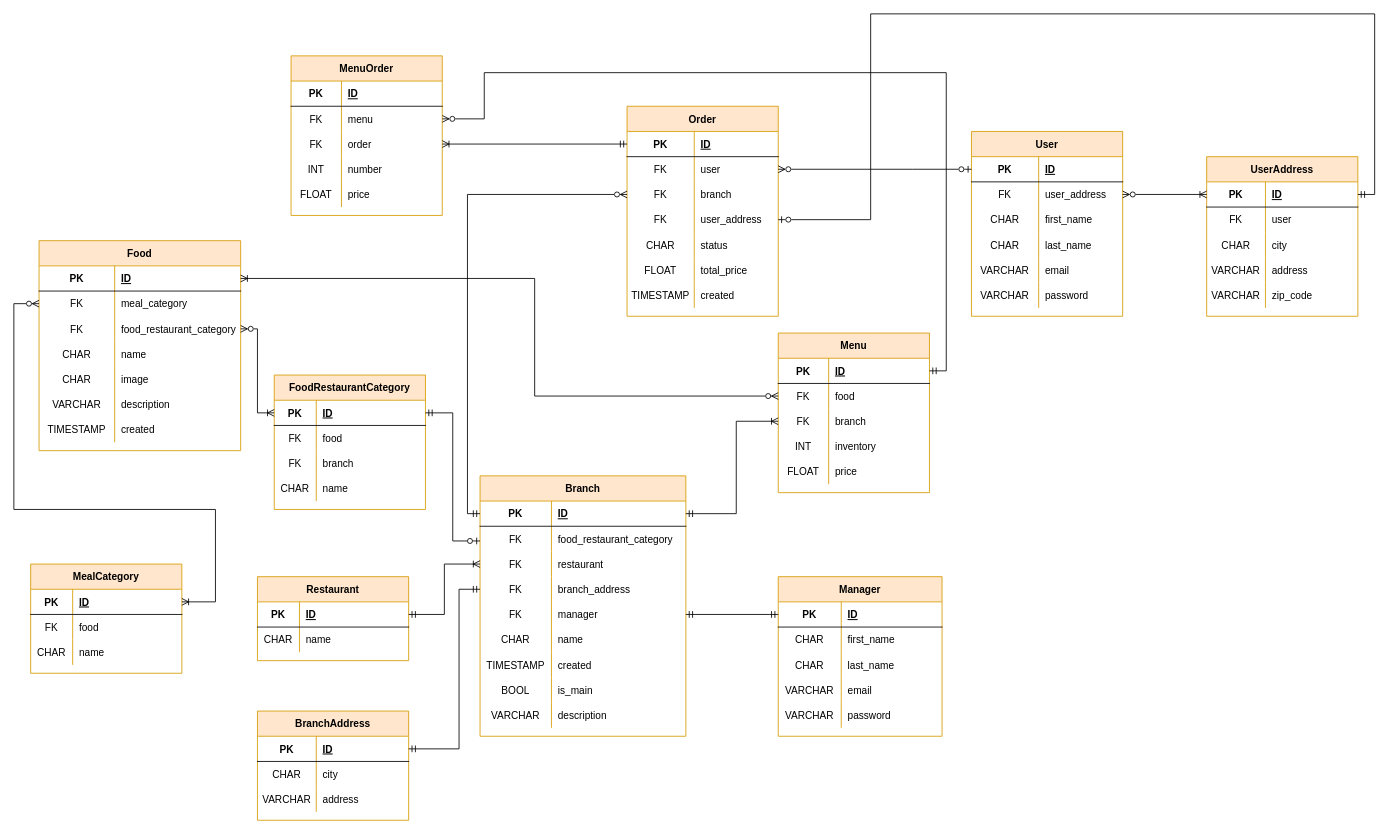
Before: SRC_ERD.drawio in delaramghaemmaghami/Maktab_Final_Project, a draw.io diagram. Source tidied: cells renumbered, new cells numbered last; positions are measured from the earlier drawing's top-left corner, leaving out a move shared by most shapes. Both pictures are drawn from the tidied source at 84%, with x=0, y=0 at pixel (13, 13).
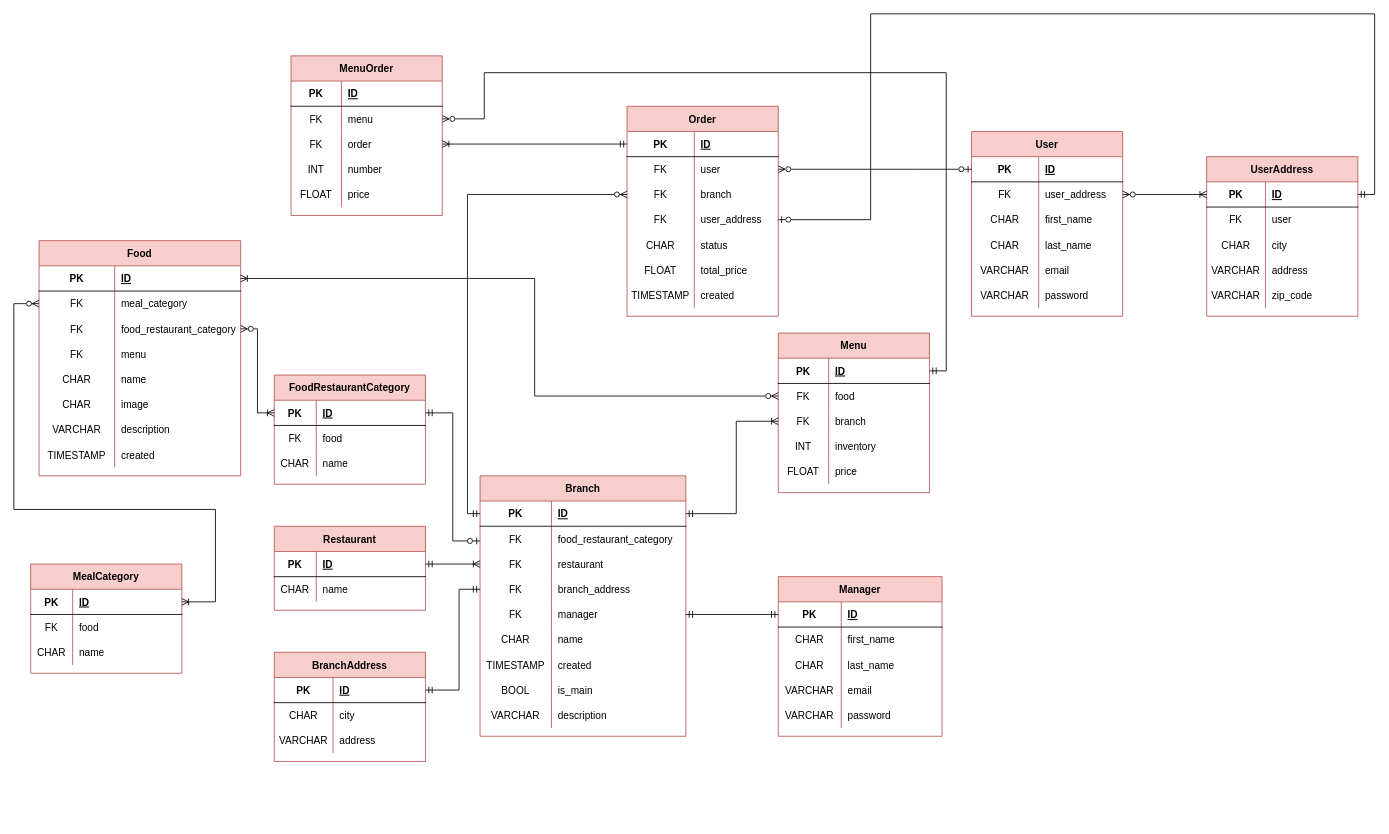
The same page after the edit.

The change refers to these unchanged cells:
```xml
<mxCell id="57" style="shape=partialRectangle;fillColor=none;top=0;left=0;bottom=0;right=0;points=[[0,0.5],[1,0.5]];portConstraint=eastwest;" parent="47" vertex="1">
  <mxGeometry y="120" width="245" height="30" as="geometry" />
</mxCell>
<mxCell id="76" style="shape=partialRectangle;fillColor=none;top=0;left=0;bottom=1;right=0;points=[[0,0.5],[1,0.5]];portConstraint=eastwest;" parent="75" vertex="1">
  <mxGeometry y="30" width="180" height="30" as="geometry" />
</mxCell>
```

The edit, as a diff of the source:
```diff
@@
-    <mxCell id="2" value="Food" style="shape=table;startSize=30;childLayout=tableLayout;rowLines=0;fontStyle=1;align=center;fillColor=#ffe6cc;strokeColor=#d79b00;swimlaneFillColor=default;" parent="1" vertex="1">
-      <mxGeometry x="30" y="270" width="240" height="250" as="geometry" />
+    <mxCell id="2" value="Food" style="shape=table;startSize=30;childLayout=tableLayout;rowLines=0;fontStyle=1;align=center;fillColor=#f8cecc;strokeColor=#b85450;swimlaneFillColor=default;" parent="1" vertex="1">
+      <mxGeometry x="30" y="270" width="240" height="280" as="geometry" />
     </mxCell>
@@
+    <mxCell id="211" style="shape=partialRectangle;fillColor=none;top=0;left=0;bottom=0;right=0;" parent="2" vertex="1">
+      <mxGeometry y="120" width="240" height="30" as="geometry" />
+    </mxCell>
+    <mxCell id="170" value="FK" style="shape=partialRectangle;fillColor=none;top=0;left=0;bottom=0;right=0;overflow=hidden;" parent="211" vertex="1">
+      <mxGeometry width="90" height="30" as="geometry" />
+    </mxCell>
+    <mxCell id="212" value="menu" style="shape=partialRectangle;fillColor=none;top=0;left=0;bottom=0;right=0;align=left;spacingLeft=6;overflow=hidden;" parent="211" vertex="1">
+      <mxGeometry x="90" width="150" height="30" as="geometry" />
+    </mxCell>
     <mxCell id="12" style="shape=partialRectangle;fillColor=none;top=0;left=0;bottom=0;right=0;" parent="2" vertex="1">
-      <mxGeometry y="120" width="240" height="30" as="geometry" />
+      <mxGeometry y="150" width="240" height="30" as="geometry" />
     </mxCell>
@@
     <mxCell id="15" style="shape=partialRectangle;fillColor=none;top=0;left=0;bottom=0;right=0;" parent="2" vertex="1">
-      <mxGeometry y="150" width="240" height="30" as="geometry" />
+      <mxGeometry y="180" width="240" height="30" as="geometry" />
     </mxCell>
@@
     <mxCell id="18" style="shape=partialRectangle;fillColor=none;top=0;left=0;bottom=0;right=0;" parent="2" vertex="1">
-      <mxGeometry y="180" width="240" height="30" as="geometry" />
+      <mxGeometry y="210" width="240" height="30" as="geometry" />
     </mxCell>
@@
     <mxCell id="21" style="shape=partialRectangle;fillColor=none;top=0;left=0;bottom=0;right=0;" parent="2" vertex="1">
-      <mxGeometry y="210" width="240" height="30" as="geometry" />
+      <mxGeometry y="240" width="240" height="30" as="geometry" />
     </mxCell>
@@
-    <mxCell id="24" value="MenuOrder" style="shape=table;startSize=30;childLayout=tableLayout;rowLines=0;fontStyle=1;align=center;fillColor=#ffe6cc;strokeColor=#d79b00;swimlaneFillColor=default;" parent="1" vertex="1">
+    <mxCell id="24" value="MenuOrder" style="shape=table;startSize=30;childLayout=tableLayout;rowLines=0;fontStyle=1;align=center;fillColor=#f8cecc;strokeColor=#b85450;swimlaneFillColor=default;" parent="1" vertex="1">
       <mxGeometry x="330" y="50" width="180" height="190" as="geometry" />
     </mxCell>
@@
-    <mxCell id="40" value="Restaurant" style="shape=table;startSize=30;childLayout=tableLayout;rowLines=0;fontStyle=1;align=center;fillColor=#ffe6cc;strokeColor=#d79b00;swimlaneFillColor=default;" parent="1" vertex="1">
-      <mxGeometry x="290" y="670" width="180" height="100" as="geometry" />
+    <mxCell id="40" value="Restaurant" style="shape=table;startSize=30;childLayout=tableLayout;rowLines=0;fontStyle=1;align=center;fillColor=#f8cecc;strokeColor=#b85450;swimlaneFillColor=default;" parent="1" vertex="1">
+      <mxGeometry x="310" y="610" width="180" height="100" as="geometry" />
     </mxCell>
@@
-    <mxCell id="47" value="Branch" style="shape=table;startSize=30;childLayout=tableLayout;rowLines=0;fontStyle=1;align=center;fillColor=#ffe6cc;strokeColor=#d79b00;swimlaneFillColor=default;" parent="1" vertex="1">
+    <mxCell id="47" value="Branch" style="shape=table;startSize=30;childLayout=tableLayout;rowLines=0;fontStyle=1;align=center;fillColor=#f8cecc;strokeColor=#b85450;swimlaneFillColor=default;" parent="1" vertex="1">
       <mxGeometry x="555" y="550" width="245" height="310" as="geometry" />
     </mxCell>
@@
-    <mxCell id="75" value="BranchAddress" style="shape=table;startSize=30;childLayout=tableLayout;rowLines=0;fontStyle=1;align=center;fillColor=#ffe6cc;strokeColor=#d79b00;swimlaneFillColor=default;" parent="1" vertex="1">
-      <mxGeometry x="290" y="830" width="180" height="130" as="geometry" />
+    <mxCell id="75" value="BranchAddress" style="shape=table;startSize=30;childLayout=tableLayout;rowLines=0;fontStyle=1;align=center;fillColor=#f8cecc;strokeColor=#b85450;swimlaneFillColor=default;" parent="1" vertex="1">
+      <mxGeometry x="310" y="760" width="180" height="130" as="geometry" />
     </mxCell>
@@
-    <mxCell id="85" value="User" style="shape=table;startSize=30;childLayout=tableLayout;rowLines=0;fontStyle=1;align=center;fillColor=#ffe6cc;strokeColor=#d79b00;swimlaneFillColor=default;" parent="1" vertex="1">
+    <mxCell id="85" value="User" style="shape=table;startSize=30;childLayout=tableLayout;rowLines=0;fontStyle=1;align=center;fillColor=#f8cecc;strokeColor=#b85450;swimlaneFillColor=default;" parent="1" vertex="1">
       <mxGeometry x="1140" y="140" width="180" height="220" as="geometry" />
     </mxCell>
@@
-    <mxCell id="104" value="MealCategory" style="shape=table;startSize=30;childLayout=tableLayout;rowLines=0;fontStyle=1;align=center;fillColor=#ffe6cc;strokeColor=#d79b00;swimlaneFillColor=default;" parent="1" vertex="1">
+    <mxCell id="104" value="MealCategory" style="shape=table;startSize=30;childLayout=tableLayout;rowLines=0;fontStyle=1;align=center;fillColor=#f8cecc;strokeColor=#b85450;swimlaneFillColor=default;" parent="1" vertex="1">
       <mxGeometry x="20" y="655" width="180" height="130" as="geometry" />
     </mxCell>
@@
-    <mxCell id="114" value="Menu" style="shape=table;startSize=30;childLayout=tableLayout;rowLines=0;fontStyle=1;align=center;fillColor=#ffe6cc;strokeColor=#d79b00;swimlaneFillColor=default;" parent="1" vertex="1">
+    <mxCell id="114" value="Menu" style="shape=table;startSize=30;childLayout=tableLayout;rowLines=0;fontStyle=1;align=center;fillColor=#f8cecc;strokeColor=#b85450;swimlaneFillColor=default;" parent="1" vertex="1">
       <mxGeometry x="910" y="380" width="180" height="190" as="geometry" />
     </mxCell>
@@
-    <mxCell id="130" value="Manager" style="shape=table;startSize=30;childLayout=tableLayout;rowLines=0;fontStyle=1;align=center;fillColor=#ffe6cc;strokeColor=#d79b00;swimlaneFillColor=default;" parent="1" vertex="1">
+    <mxCell id="130" value="Manager" style="shape=table;startSize=30;childLayout=tableLayout;rowLines=0;fontStyle=1;align=center;fillColor=#f8cecc;strokeColor=#b85450;swimlaneFillColor=default;" parent="1" vertex="1">
       <mxGeometry x="910" y="670" width="195" height="190" as="geometry" />
     </mxCell>
@@
-    <mxCell id="146" value="UserAddress" style="shape=table;startSize=30;childLayout=tableLayout;rowLines=0;fontStyle=1;align=center;fillColor=#ffe6cc;strokeColor=#d79b00;swimlaneFillColor=default;" parent="1" vertex="1">
+    <mxCell id="146" value="UserAddress" style="shape=table;startSize=30;childLayout=tableLayout;rowLines=0;fontStyle=1;align=center;fillColor=#f8cecc;strokeColor=#b85450;swimlaneFillColor=default;" parent="1" vertex="1">
       <mxGeometry x="1420" y="170" width="180" height="190" as="geometry" />
     </mxCell>
@@
-    <mxCell id="162" value="FoodRestaurantCategory" style="shape=table;startSize=30;childLayout=tableLayout;rowLines=0;fontStyle=1;align=center;fillColor=#ffe6cc;strokeColor=#d79b00;swimlaneFillColor=default;" parent="1" vertex="1">
-      <mxGeometry x="310" y="430" width="180" height="160" as="geometry" />
+    <mxCell id="162" value="FoodRestaurantCategory" style="shape=table;startSize=30;childLayout=tableLayout;rowLines=0;fontStyle=1;align=center;fillColor=#f8cecc;strokeColor=#b85450;swimlaneFillColor=default;" parent="1" vertex="1">
+      <mxGeometry x="310" y="430" width="180" height="130" as="geometry" />
     </mxCell>
@@
-    <mxCell id="169" style="shape=partialRectangle;fillColor=none;top=0;left=0;bottom=0;right=0;" parent="162" vertex="1">
-      <mxGeometry y="90" width="180" height="30" as="geometry" />
-    </mxCell>
-    <mxCell id="170" value="FK" style="shape=partialRectangle;fillColor=none;top=0;left=0;bottom=0;right=0;overflow=hidden;" parent="169" vertex="1">
-      <mxGeometry width="50" height="30" as="geometry" />
-    </mxCell>
-    <mxCell id="171" value="branch" style="shape=partialRectangle;fillColor=none;top=0;left=0;bottom=0;right=0;align=left;spacingLeft=6;overflow=hidden;" parent="169" vertex="1">
-      <mxGeometry x="50" width="130" height="30" as="geometry" />
-    </mxCell>
     <mxCell id="172" style="shape=partialRectangle;fillColor=none;top=0;left=0;bottom=0;right=0;" parent="162" vertex="1">
-      <mxGeometry y="120" width="180" height="30" as="geometry" />
+      <mxGeometry y="90" width="180" height="30" as="geometry" />
     </mxCell>
@@
-    <mxCell id="175" value="Order" style="shape=table;startSize=30;childLayout=tableLayout;rowLines=0;fontStyle=1;align=center;fillColor=#ffe6cc;strokeColor=#d79b00;swimlaneFillColor=default;" parent="1" vertex="1">
+    <mxCell id="175" value="Order" style="shape=table;startSize=30;childLayout=tableLayout;rowLines=0;fontStyle=1;align=center;fillColor=#f8cecc;strokeColor=#b85450;swimlaneFillColor=default;" parent="1" vertex="1">
       <mxGeometry x="730" y="110" width="180" height="250" as="geometry" />
     </mxCell>
@@
     <mxCell id="202" style="edgeStyle=orthogonalEdgeStyle;rounded=0;jettySize=auto;html=1;exitX=0;exitY=0.5;exitDx=0;exitDy=0;entryX=1;entryY=0.5;entryDx=0;entryDy=0;startArrow=ERmandOne;startFill=0;endArrow=ERmandOne;endFill=0;" parent="1" edge="1" source="57" target="76">
       <mxGeometry relative="1" as="geometry">
         <Array as="points">
           <mxPoint x="530" y="685" />
-          <mxPoint x="530" y="875" />
+          <mxPoint x="530" y="805" />
         </Array>
       </mxGeometry>
     </mxCell>
```
